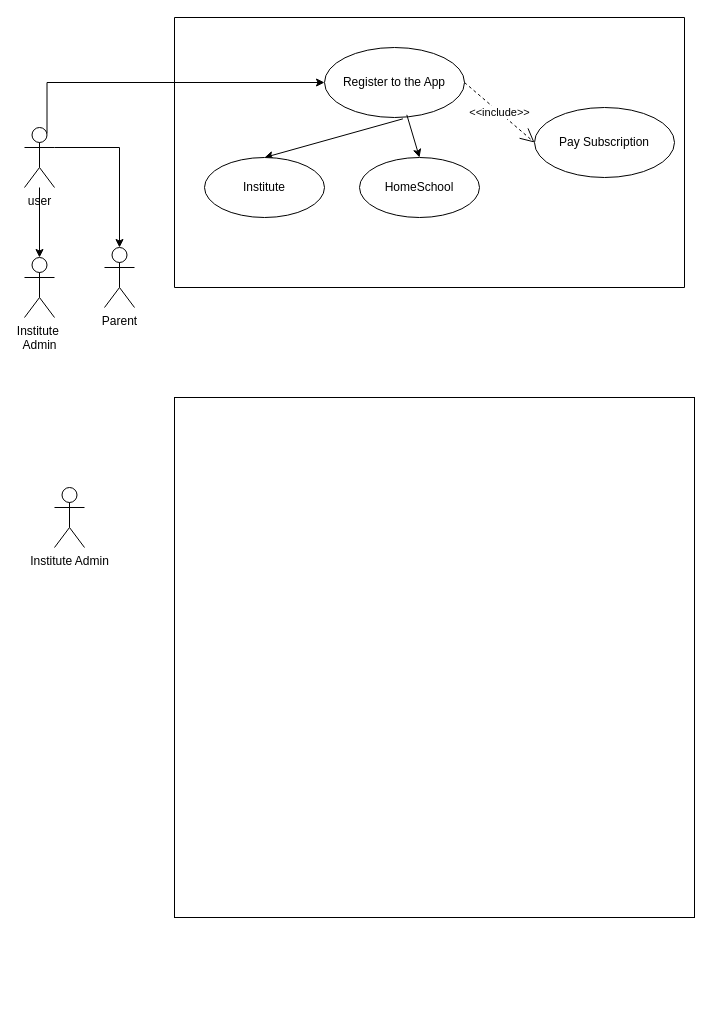
This is page "Page-2" (2 of 2) of Untitled Diagram.drawio from Sakura-Satum/AWS_MyTube, a draw.io file, before an edit. Source tidied: cells renumbered, new cells numbered last; positions are measured from the earlier drawing's top-left corner, leaving out a move shared by most shapes. Both pictures are drawn from the tidied source at 100%, with x=0, y=0 at pixel (24, 17).
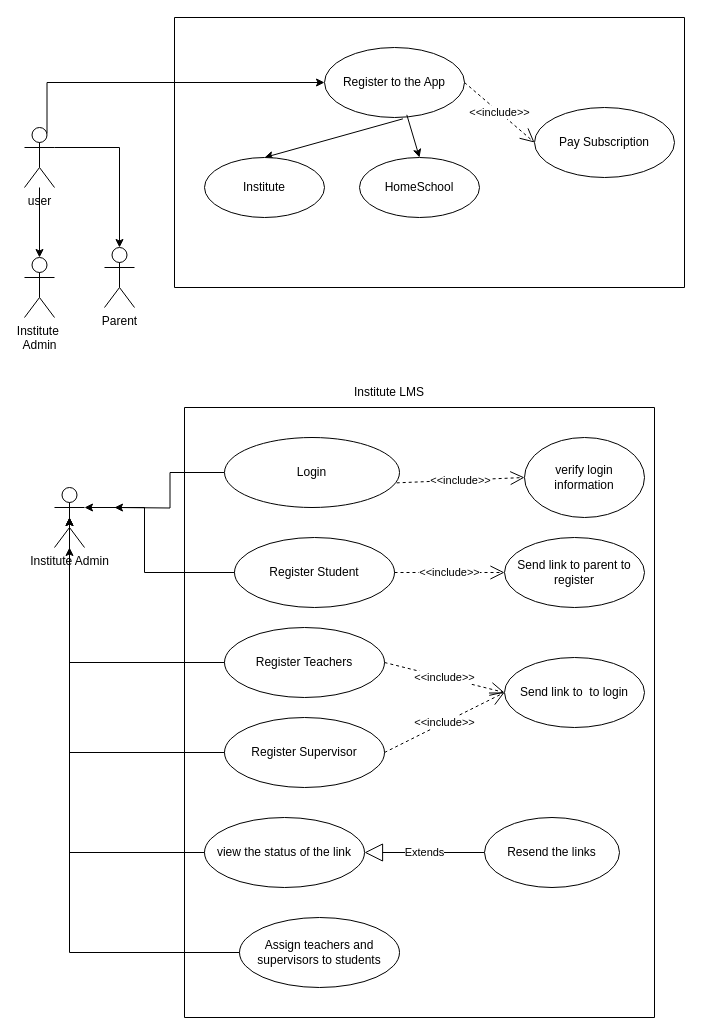
The same page after the edit.

Unchanged cells that the change refers to:
```xml
<mxCell id="18" value="Institute Admin" style="shape=umlActor;verticalLabelPosition=bottom;verticalAlign=top;html=1;outlineConnect=0;" parent="1" vertex="1">
  <mxGeometry x="30" y="470" width="30" height="60" as="geometry" />
</mxCell>
```

Change to the diagram source:
```diff
@@
-    <mxCell id="17" style="whiteSpace=wrap;html=1;" parent="1" vertex="1">
-      <mxGeometry x="150" y="380" width="520" height="520" as="geometry" />
-    </mxCell>
@@
+    <mxCell id="19" value="Institute LMS" style="text;html=1;align=center;verticalAlign=middle;whiteSpace=wrap;rounded=0;" parent="1" vertex="1">
+      <mxGeometry x="280" y="360" width="170" height="30" as="geometry" />
+    </mxCell>
+    <mxCell id="20" style="swimlane;startSize=0;" parent="1" vertex="1">
+      <mxGeometry x="160" y="390" width="470" height="610" as="geometry" />
+    </mxCell>
+    <mxCell id="21" style="edgeStyle=orthogonalEdgeStyle;rounded=0;jettySize=auto;html=1;" parent="20" edge="1" source="22">
+      <mxGeometry relative="1" as="geometry">
+        <mxPoint x="-70" y="100" as="targetPoint" />
+      </mxGeometry>
+    </mxCell>
+    <mxCell id="22" value="Login" style="ellipse;whiteSpace=wrap;html=1;" parent="20" vertex="1">
+      <mxGeometry x="40" y="30" width="175" height="70" as="geometry" />
+    </mxCell>
+    <mxCell id="23" value="&amp;lt;&amp;lt;include&amp;gt;&amp;gt;" style="endArrow=open;endSize=12;dashed=1;html=1;rounded=0;exitX=0.984;exitY=0.648;exitDx=0;exitDy=0;exitPerimeter=0;entryX=0;entryY=0.5;entryDx=0;entryDy=0;" parent="20" edge="1" source="22" target="24">
+      <mxGeometry relative="1" as="geometry" />
+    </mxCell>
+    <mxCell id="24" value="verify login information" style="ellipse;whiteSpace=wrap;html=1;" parent="20" vertex="1">
+      <mxGeometry x="340" y="30" width="120" height="80" as="geometry" />
+    </mxCell>
+    <mxCell id="25" value="Register Student" style="ellipse;whiteSpace=wrap;html=1;" parent="20" vertex="1">
+      <mxGeometry x="50" y="130" width="160" height="70" as="geometry" />
+    </mxCell>
+    <mxCell id="26" value="Send link to parent to register" style="ellipse;whiteSpace=wrap;html=1;" parent="20" vertex="1">
+      <mxGeometry x="320" y="130" width="140" height="70" as="geometry" />
+    </mxCell>
+    <mxCell id="27" value="&amp;lt;&amp;lt;include&amp;gt;&amp;gt;" style="endArrow=open;endSize=12;dashed=1;html=1;rounded=0;exitX=1;exitY=0.5;exitDx=0;exitDy=0;entryX=0;entryY=0.5;entryDx=0;entryDy=0;" parent="20" edge="1" source="25" target="26">
+      <mxGeometry relative="1" as="geometry" />
+    </mxCell>
+    <mxCell id="28" value="Register Teachers" style="ellipse;whiteSpace=wrap;html=1;" parent="20" vertex="1">
+      <mxGeometry x="40" y="220" width="160" height="70" as="geometry" />
+    </mxCell>
+    <mxCell id="29" value="Register Supervisor" style="ellipse;whiteSpace=wrap;html=1;" parent="20" vertex="1">
+      <mxGeometry x="40" y="310" width="160" height="70" as="geometry" />
+    </mxCell>
+    <mxCell id="30" value="Send link to&amp;nbsp; to login" style="ellipse;whiteSpace=wrap;html=1;" parent="20" vertex="1">
+      <mxGeometry x="320" y="250" width="140" height="70" as="geometry" />
+    </mxCell>
+    <mxCell id="31" value="&amp;lt;&amp;lt;include&amp;gt;&amp;gt;" style="endArrow=open;endSize=12;dashed=1;html=1;rounded=0;exitX=1;exitY=0.5;exitDx=0;exitDy=0;entryX=0;entryY=0.5;entryDx=0;entryDy=0;" parent="20" edge="1" source="28" target="30">
+      <mxGeometry relative="1" as="geometry" />
+    </mxCell>
+    <mxCell id="32" value="&amp;lt;&amp;lt;include&amp;gt;&amp;gt;" style="endArrow=open;endSize=12;dashed=1;html=1;rounded=0;entryX=0;entryY=0.5;entryDx=0;entryDy=0;exitX=1;exitY=0.5;exitDx=0;exitDy=0;" parent="20" edge="1" source="29" target="30">
+      <mxGeometry relative="1" as="geometry" />
+    </mxCell>
+    <mxCell id="33" value="&lt;font style=&quot;font-size: 12px;&quot; face=&quot;Helvetica&quot;&gt;view &lt;span id=&quot;docs-internal-guid-42791e3c-7fff-10a2-d4e5-8f7160f16bc7&quot;&gt;&lt;span style=&quot;background-color: transparent; font-variant-numeric: normal; font-variant-east-asian: normal; font-variant-alternates: normal; font-variant-position: normal; font-variant-emoji: normal; vertical-align: baseline; white-space-collapse: preserve;&quot;&gt;the status of the link&lt;/span&gt;&lt;/span&gt;&lt;/font&gt;" style="ellipse;whiteSpace=wrap;html=1;" parent="20" vertex="1">
+      <mxGeometry x="20" y="410" width="160" height="70" as="geometry" />
+    </mxCell>
+    <mxCell id="34" value="Extends" style="endArrow=block;endSize=16;endFill=0;html=1;rounded=0;exitX=0;exitY=0.5;exitDx=0;exitDy=0;" parent="20" edge="1" source="35" target="33">
+      <mxGeometry relative="1" as="geometry" />
+    </mxCell>
+    <mxCell id="35" value="Resend the links" style="ellipse;whiteSpace=wrap;html=1;" parent="20" vertex="1">
+      <mxGeometry x="300" y="410" width="135" height="70" as="geometry" />
+    </mxCell>
+    <mxCell id="36" value="Assign teachers and supervisors to students" style="ellipse;whiteSpace=wrap;html=1;" parent="20" vertex="1">
+      <mxGeometry x="55" y="510" width="160" height="70" as="geometry" />
+    </mxCell>
+    <mxCell id="37" style="edgeStyle=orthogonalEdgeStyle;rounded=0;jettySize=auto;html=1;exitX=0;exitY=0.5;exitDx=0;exitDy=0;entryX=1;entryY=0.3333333333333333;entryDx=0;entryDy=0;entryPerimeter=0;" parent="1" edge="1" source="25" target="18">
+      <mxGeometry relative="1" as="geometry">
+        <Array as="points">
+          <mxPoint x="120" y="555" />
+          <mxPoint x="120" y="490" />
+        </Array>
+      </mxGeometry>
+    </mxCell>
+    <mxCell id="38" style="edgeStyle=orthogonalEdgeStyle;rounded=0;jettySize=auto;html=1;entryX=0.5;entryY=0.5;entryDx=0;entryDy=0;entryPerimeter=0;" parent="1" edge="1" source="28" target="18">
+      <mxGeometry relative="1" as="geometry" />
+    </mxCell>
+    <mxCell id="39" style="edgeStyle=orthogonalEdgeStyle;rounded=0;jettySize=auto;html=1;entryX=0.5;entryY=0.5;entryDx=0;entryDy=0;entryPerimeter=0;" parent="1" edge="1" source="29" target="18">
+      <mxGeometry relative="1" as="geometry" />
+    </mxCell>
+    <mxCell id="40" style="edgeStyle=orthogonalEdgeStyle;rounded=0;jettySize=auto;html=1;" parent="1" edge="1" source="33" target="18">
+      <mxGeometry relative="1" as="geometry" />
+    </mxCell>
+    <mxCell id="41" style="edgeStyle=orthogonalEdgeStyle;rounded=0;jettySize=auto;html=1;exitX=0;exitY=0.5;exitDx=0;exitDy=0;entryX=0.5;entryY=0.5;entryDx=0;entryDy=0;entryPerimeter=0;" parent="1" edge="1" source="36" target="18">
+      <mxGeometry relative="1" as="geometry" />
+    </mxCell>
```
